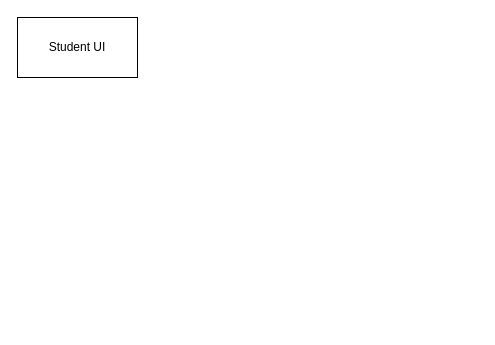
Earlier version of the draw.io diagram SE-Worksheet/Scrum Sprint Planning, Accountability & Modeling Worksheet.drawio (K-M-Shehan/software-design-docs). Source tidied: cells renumbered, new cells numbered last; positions are measured from the earlier drawing's top-left corner, leaving out a move shared by most shapes. Both pictures are drawn from the tidied source at 100%, with x=0, y=0 at pixel (17, 17).
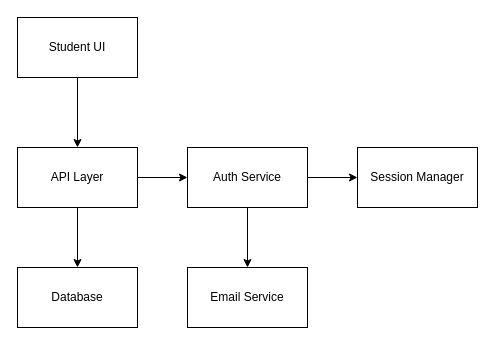
After the change.

Diff of the diagram source:
```diff
@@
 <mxGraphModel>
   <root>
     <mxCell id="0" />
     <mxCell id="1" parent="0" />
+    <mxCell id="3" style="edgeStyle=orthogonalEdgeStyle;rounded=0;jettySize=auto;html=1;" parent="1" edge="1" source="2" target="6">
+      <mxGeometry relative="1" as="geometry" />
+    </mxCell>
     <mxCell id="2" value="Student UI" style="rounded=0;whiteSpace=wrap;html=1;" parent="1" vertex="1">
       <mxGeometry width="120" height="60" as="geometry" />
     </mxCell>
+    <mxCell id="4" style="edgeStyle=orthogonalEdgeStyle;rounded=0;jettySize=auto;html=1;" parent="1" edge="1" source="6" target="11">
+      <mxGeometry relative="1" as="geometry" />
+    </mxCell>
+    <mxCell id="5" style="edgeStyle=orthogonalEdgeStyle;rounded=0;jettySize=auto;html=1;" parent="1" edge="1" source="6" target="9">
+      <mxGeometry relative="1" as="geometry" />
+    </mxCell>
+    <mxCell id="6" value="&lt;div&gt;API Layer&lt;/div&gt;" style="rounded=0;whiteSpace=wrap;html=1;" parent="1" vertex="1">
+      <mxGeometry y="130" width="120" height="60" as="geometry" />
+    </mxCell>
+    <mxCell id="7" style="edgeStyle=orthogonalEdgeStyle;rounded=0;jettySize=auto;html=1;" parent="1" edge="1" source="9" target="12">
+      <mxGeometry relative="1" as="geometry" />
+    </mxCell>
+    <mxCell id="8" style="edgeStyle=orthogonalEdgeStyle;rounded=0;jettySize=auto;html=1;" parent="1" edge="1" source="9" target="10">
+      <mxGeometry relative="1" as="geometry" />
+    </mxCell>
+    <mxCell id="9" value="Auth Service" style="rounded=0;whiteSpace=wrap;html=1;" parent="1" vertex="1">
+      <mxGeometry x="170" y="130" width="120" height="60" as="geometry" />
+    </mxCell>
+    <mxCell id="10" value="Session Manager" style="rounded=0;whiteSpace=wrap;html=1;" parent="1" vertex="1">
+      <mxGeometry x="340" y="130" width="120" height="60" as="geometry" />
+    </mxCell>
+    <mxCell id="11" value="Database" style="rounded=0;whiteSpace=wrap;html=1;" parent="1" vertex="1">
+      <mxGeometry y="250" width="120" height="60" as="geometry" />
+    </mxCell>
+    <mxCell id="12" value="Email Service" style="rounded=0;whiteSpace=wrap;html=1;" parent="1" vertex="1">
+      <mxGeometry x="170" y="250" width="120" height="60" as="geometry" />
+    </mxCell>
   </root>
 </mxGraphModel>
```
